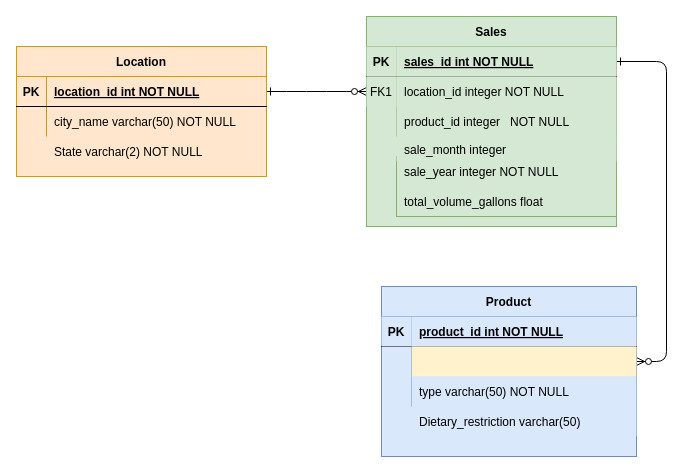
The draw.io diagram Untitled Diagram.drawio in littlek/Bootcamp, before the edit. Source tidied: cells renumbered, new cells numbered last; positions are measured from the earlier drawing's top-left corner, leaving out a move shared by most shapes. Both pictures are drawn from the tidied source at 100%, with x=0, y=0 at pixel (16, 16).
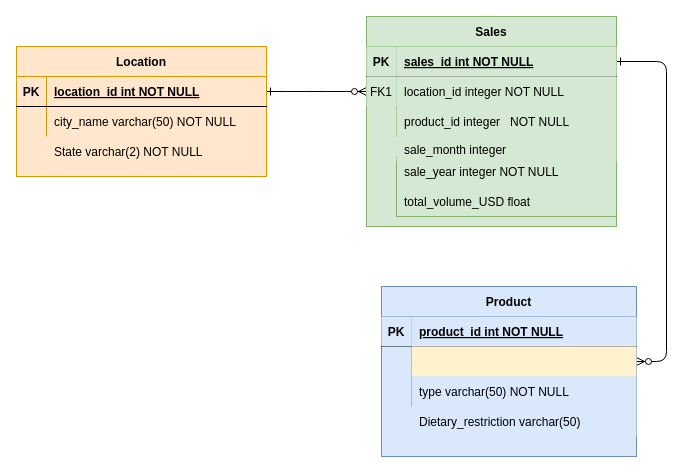
Above is the later version.

The change refers to these unchanged cells:
```xml
<mxCell id="38" style="group;fillColor=#d5e8d4;strokeColor=#82b366;" parent="27" vertex="1">
  <mxGeometry x="30" y="140" width="220" height="60" as="geometry" />
</mxCell>
```

The edit, as a diff of the source:
```diff
@@
-    <mxCell id="39" value="total_volume_gallons float " style="shape=partialRectangle;overflow=hidden;fillColor=none;top=0;left=0;bottom=0;right=0;align=left;spacingLeft=6;" parent="38" vertex="1">
+    <mxCell id="39" value="total_volume_USD float " style="shape=partialRectangle;overflow=hidden;fillColor=none;top=0;left=0;bottom=0;right=0;align=left;spacingLeft=6;" parent="38" vertex="1">
       <mxGeometry y="30" width="220" height="30" as="geometry" />
     </mxCell>
```
